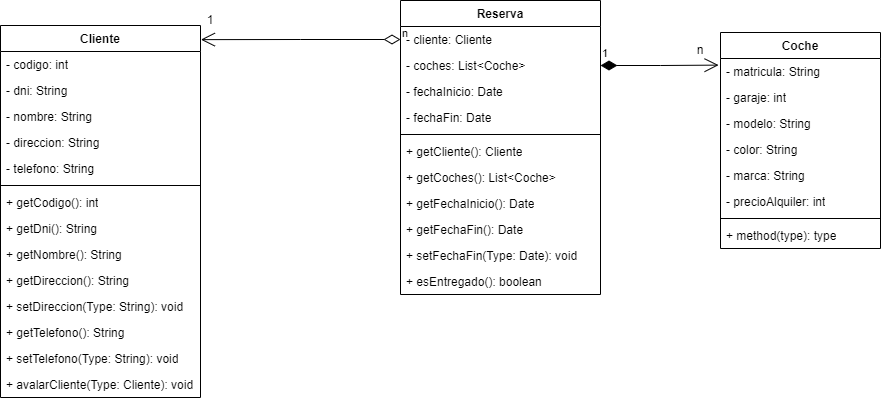
The draw.io diagram unidad-4/Class-Diagram-Maxi/automoviles-maxi.png in mackstm/ets, before a commit. Source tidied: cells renumbered, new cells last; positions are measured from the earlier drawing's top-left corner, leaving out a move shared by most shapes.
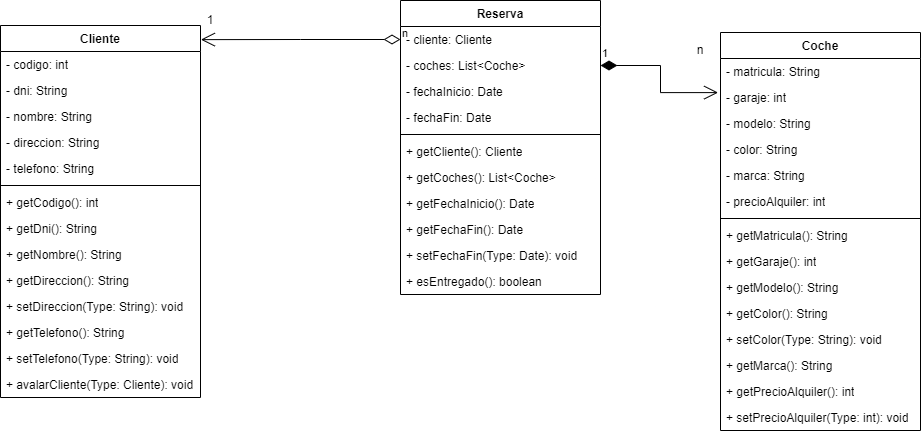
The same file after the commit.

The edit, as a diff of the source:
```diff
@@ -84,32 +84,53 @@
       <mxGeometry y="268" width="200" height="26" as="geometry" />
     </mxCell>
     <mxCell id="29" value="Coche" style="swimlane;fontStyle=1;align=center;verticalAlign=top;horizontal=1;startSize=26;whiteSpace=wrap;html=1;" parent="1" vertex="1">
-      <mxGeometry x="720" y="32" width="160" height="216" as="geometry" />
+      <mxGeometry x="720" y="32" width="200" height="398" as="geometry" />
     </mxCell>
     <mxCell id="30" value="- matricula: String" style="text;strokeColor=none;fillColor=none;align=left;verticalAlign=top;spacingLeft=4;spacingRight=4;overflow=hidden;whiteSpace=wrap;html=1;" parent="29" vertex="1">
-      <mxGeometry y="26" width="160" height="26" as="geometry" />
+      <mxGeometry y="26" width="200" height="26" as="geometry" />
     </mxCell>
     <mxCell id="31" value="- garaje: int" style="text;strokeColor=none;fillColor=none;align=left;verticalAlign=top;spacingLeft=4;spacingRight=4;overflow=hidden;whiteSpace=wrap;html=1;" parent="29" vertex="1">
-      <mxGeometry y="52" width="160" height="26" as="geometry" />
+      <mxGeometry y="52" width="200" height="26" as="geometry" />
     </mxCell>
     <mxCell id="32" value="- modelo: String" style="text;strokeColor=none;fillColor=none;align=left;verticalAlign=top;spacingLeft=4;spacingRight=4;overflow=hidden;whiteSpace=wrap;html=1;" parent="29" vertex="1">
-      <mxGeometry y="78" width="160" height="26" as="geometry" />
+      <mxGeometry y="78" width="200" height="26" as="geometry" />
     </mxCell>
     <mxCell id="33" value="- color: String" style="text;strokeColor=none;fillColor=none;align=left;verticalAlign=top;spacingLeft=4;spacingRight=4;overflow=hidden;whiteSpace=wrap;html=1;" parent="29" vertex="1">
-      <mxGeometry y="104" width="160" height="26" as="geometry" />
+      <mxGeometry y="104" width="200" height="26" as="geometry" />
     </mxCell>
     <mxCell id="34" value="- marca: String" style="text;strokeColor=none;fillColor=none;align=left;verticalAlign=top;spacingLeft=4;spacingRight=4;overflow=hidden;whiteSpace=wrap;html=1;" parent="29" vertex="1">
-      <mxGeometry y="130" width="160" height="26" as="geometry" />
+      <mxGeometry y="130" width="200" height="26" as="geometry" />
     </mxCell>
     <mxCell id="35" value="- precioAlquiler: int" style="text;strokeColor=none;fillColor=none;align=left;verticalAlign=top;spacingLeft=4;spacingRight=4;overflow=hidden;whiteSpace=wrap;html=1;" parent="29" vertex="1">
-      <mxGeometry y="156" width="160" height="26" as="geometry" />
+      <mxGeometry y="156" width="200" height="26" as="geometry" />
     </mxCell>
     <mxCell id="36" style="line;strokeWidth=1;fillColor=none;align=left;verticalAlign=middle;spacingTop=-1;spacingLeft=3;spacingRight=3;labelPosition=right;strokeColor=inherit;" parent="29" vertex="1">
-      <mxGeometry y="182" width="160" height="8" as="geometry" />
+      <mxGeometry y="182" width="200" height="8" as="geometry" />
     </mxCell>
-    <mxCell id="37" value="+ method(type): type" style="text;strokeColor=none;fillColor=none;align=left;verticalAlign=top;spacingLeft=4;spacingRight=4;overflow=hidden;whiteSpace=wrap;html=1;" parent="29" vertex="1">
-      <mxGeometry y="190" width="160" height="26" as="geometry" />
+    <mxCell id="37" value="+ getMatricula(): String" style="text;strokeColor=none;fillColor=none;align=left;verticalAlign=top;spacingLeft=4;spacingRight=4;overflow=hidden;whiteSpace=wrap;html=1;" parent="29" vertex="1">
+      <mxGeometry y="190" width="200" height="26" as="geometry" />
     </mxCell>
+    <mxCell id="42" value="+ getGaraje(): int" style="text;strokeColor=none;fillColor=none;align=left;verticalAlign=top;spacingLeft=4;spacingRight=4;overflow=hidden;whiteSpace=wrap;html=1;" parent="29" vertex="1">
+      <mxGeometry y="216" width="200" height="26" as="geometry" />
+    </mxCell>
+    <mxCell id="43" value="+ getModelo(): String" style="text;strokeColor=none;fillColor=none;align=left;verticalAlign=top;spacingLeft=4;spacingRight=4;overflow=hidden;whiteSpace=wrap;html=1;" parent="29" vertex="1">
+      <mxGeometry y="242" width="200" height="26" as="geometry" />
+    </mxCell>
+    <mxCell id="44" value="+ getColor(): String" style="text;strokeColor=none;fillColor=none;align=left;verticalAlign=top;spacingLeft=4;spacingRight=4;overflow=hidden;whiteSpace=wrap;html=1;" parent="29" vertex="1">
+      <mxGeometry y="268" width="200" height="26" as="geometry" />
+    </mxCell>
+    <mxCell id="45" value="+ setColor(Type: String): void" style="text;strokeColor=none;fillColor=none;align=left;verticalAlign=top;spacingLeft=4;spacingRight=4;overflow=hidden;whiteSpace=wrap;html=1;" parent="29" vertex="1">
+      <mxGeometry y="294" width="200" height="26" as="geometry" />
+    </mxCell>
+    <mxCell id="46" value="+ getMarca(): String" style="text;strokeColor=none;fillColor=none;align=left;verticalAlign=top;spacingLeft=4;spacingRight=4;overflow=hidden;whiteSpace=wrap;html=1;" parent="29" vertex="1">
+      <mxGeometry y="320" width="200" height="26" as="geometry" />
+    </mxCell>
+    <mxCell id="47" value="+ getPrecioAlquiler(): int" style="text;strokeColor=none;fillColor=none;align=left;verticalAlign=top;spacingLeft=4;spacingRight=4;overflow=hidden;whiteSpace=wrap;html=1;" parent="29" vertex="1">
+      <mxGeometry y="346" width="200" height="26" as="geometry" />
+    </mxCell>
+    <mxCell id="48" value="+ setPrecioAlquiler(Type: int): void" style="text;strokeColor=none;fillColor=none;align=left;verticalAlign=top;spacingLeft=4;spacingRight=4;overflow=hidden;whiteSpace=wrap;html=1;" parent="29" vertex="1">
+      <mxGeometry y="372" width="200" height="26" as="geometry" />
+    </mxCell>
     <mxCell id="38" value="n" style="endArrow=open;html=1;endSize=12;startArrow=diamondThin;startSize=14;startFill=0;edgeStyle=orthogonalEdgeStyle;align=left;verticalAlign=bottom;rounded=0;exitX=0;exitY=0.5;exitDx=0;exitDy=0;entryX=1.002;entryY=0.038;entryDx=0;entryDy=0;entryPerimeter=0;" parent="1" edge="1" source="18" target="2">
       <mxGeometry x="-1" y="3" relative="1" as="geometry" />
     </mxCell>
```
